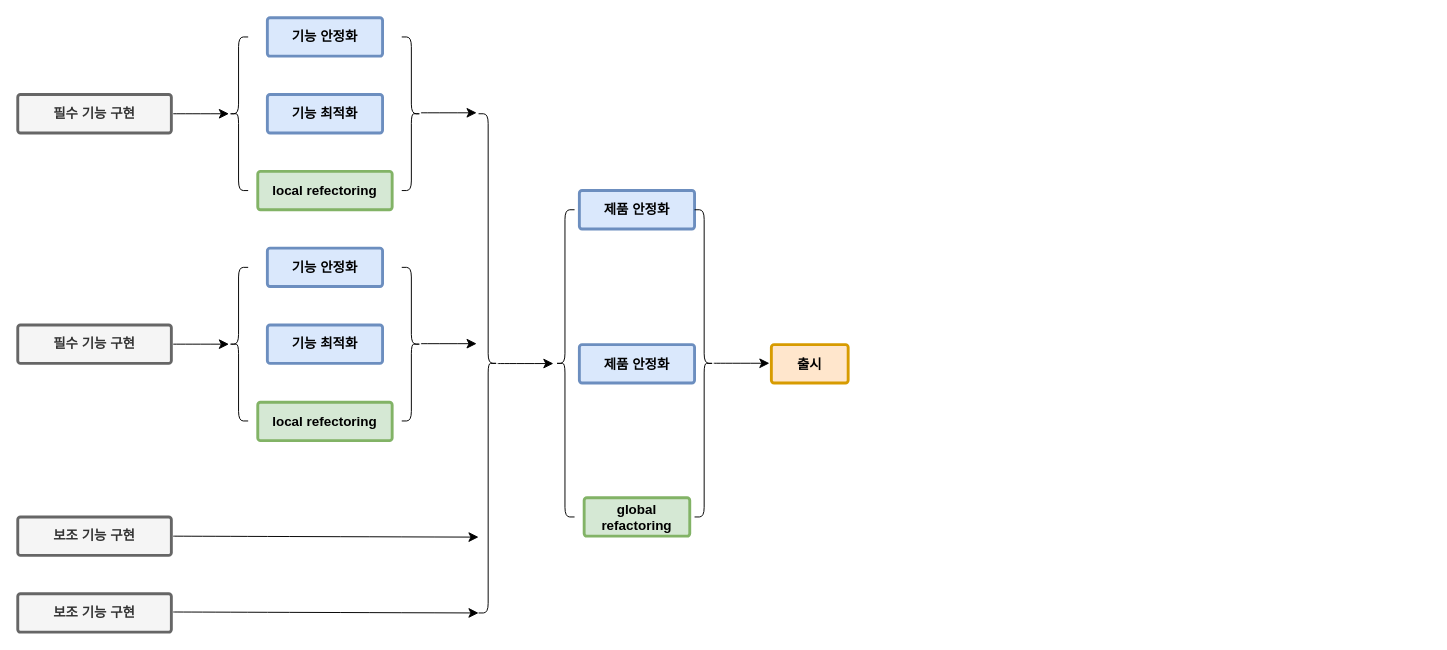
Before: 개발 사이클.drawio in jjunbass89/Paper, a draw.io diagram. Source tidied: cells renumbered, new cells numbered last; positions are measured from the earlier drawing's top-left corner, leaving out a move shared by most shapes. Both pictures are drawn from the tidied source at 96%, with x=0, y=0 at pixel (17, 17).
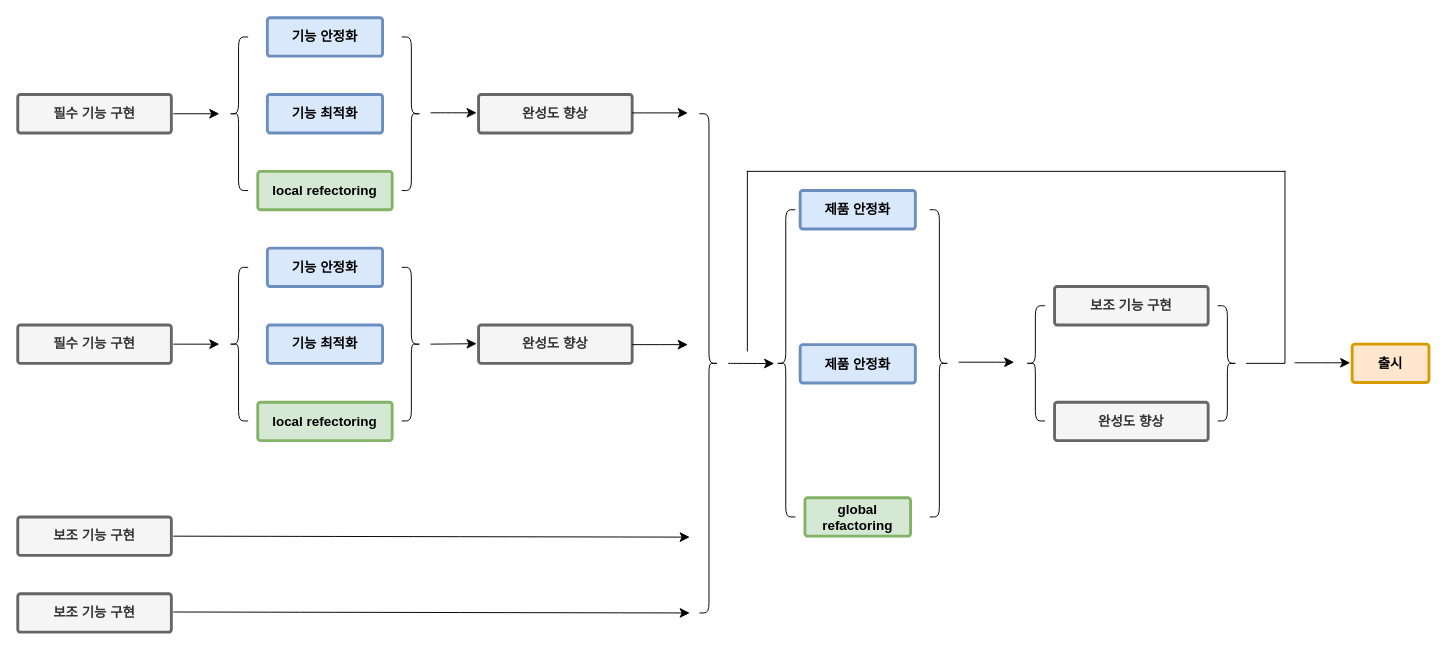
After the change.

Commit message (it also covers changes not shown here):
개발 사이클.drawio 업데이트

The change refers to these unchanged cells:
```xml
<mxCell id="3" value="필수 기능 구현" style="rounded=1;whiteSpace=wrap;html=1;shadow=0;labelBackgroundColor=none;strokeColor=#666666;strokeWidth=3;fillColor=#f5f5f5;fontFamily=Helvetica;fontSize=14;fontColor=#333333;align=center;fontStyle=1;spacing=5;arcSize=7;perimeterSpacing=2;" parent="1" vertex="1">
  <mxGeometry y="80" width="160" height="40" as="geometry" />
</mxCell>
<mxCell id="9" value="필수 기능 구현" style="rounded=1;whiteSpace=wrap;html=1;shadow=0;labelBackgroundColor=none;strokeColor=#666666;strokeWidth=3;fillColor=#f5f5f5;fontFamily=Helvetica;fontSize=14;fontColor=#333333;align=center;fontStyle=1;spacing=5;arcSize=7;perimeterSpacing=2;" parent="1" vertex="1">
  <mxGeometry y="320" width="160" height="40" as="geometry" />
</mxCell>
```

Diff of the diagram source:
```diff
@@
     <mxCell id="2" style="edgeStyle=none;curved=1;rounded=0;jettySize=auto;html=1;fontSize=12;startSize=8;endSize=8;" parent="1" edge="1" source="3">
       <mxGeometry relative="1" as="geometry">
-        <mxPoint x="220" y="100" as="targetPoint" />
+        <mxPoint x="210" y="100" as="targetPoint" />
       </mxGeometry>
     </mxCell>
@@
     <mxCell id="5" value="제품 안정화" style="rounded=1;whiteSpace=wrap;html=1;shadow=0;labelBackgroundColor=none;strokeColor=#6c8ebf;strokeWidth=3;fillColor=#dae8fc;fontFamily=Helvetica;fontSize=14;align=center;spacing=5;fontStyle=1;arcSize=7;perimeterSpacing=2;" parent="1" vertex="1">
-      <mxGeometry x="585" y="180" width="120" height="40" as="geometry" />
+      <mxGeometry x="815" y="180" width="120" height="40" as="geometry" />
     </mxCell>
@@
     <mxCell id="8" style="edgeStyle=none;curved=1;rounded=0;jettySize=auto;html=1;fontSize=12;startSize=8;endSize=8;" parent="1" edge="1" source="9">
       <mxGeometry relative="1" as="geometry">
-        <mxPoint x="220" y="340" as="targetPoint" />
+        <mxPoint x="210" y="340" as="targetPoint" />
       </mxGeometry>
     </mxCell>
@@
     <mxCell id="13" value="제품 안정화" style="rounded=1;whiteSpace=wrap;html=1;shadow=0;labelBackgroundColor=none;strokeColor=#6c8ebf;strokeWidth=3;fillColor=#dae8fc;fontFamily=Helvetica;fontSize=14;align=center;spacing=5;fontStyle=1;arcSize=7;perimeterSpacing=2;" parent="1" vertex="1">
-      <mxGeometry x="585" y="340.5" width="120" height="40" as="geometry" />
+      <mxGeometry x="815" y="340.5" width="120" height="40" as="geometry" />
     </mxCell>
@@
     <mxCell id="19" style="shape=curlyBracket;whiteSpace=wrap;html=1;rounded=1;labelPosition=left;verticalLabelPosition=middle;align=right;verticalAlign=middle;" parent="1" vertex="1">
-      <mxGeometry x="560" y="200" width="20" height="320" as="geometry" />
+      <mxGeometry x="790" y="200" width="20" height="320" as="geometry" />
     </mxCell>
     <mxCell id="20" style="shape=curlyBracket;whiteSpace=wrap;html=1;rounded=1;flipH=1;labelPosition=right;verticalLabelPosition=middle;align=left;verticalAlign=middle;" parent="1" vertex="1">
-      <mxGeometry x="705" y="200" width="20" height="320" as="geometry" />
+      <mxGeometry x="950" y="200" width="20" height="320" as="geometry" />
     </mxCell>
     <mxCell id="21" value="출시" style="rounded=1;whiteSpace=wrap;html=1;shadow=0;labelBackgroundColor=none;strokeColor=#d79b00;strokeWidth=3;fillColor=#ffe6cc;fontFamily=Helvetica;fontSize=14;align=center;spacing=5;fontStyle=1;arcSize=7;perimeterSpacing=2;" parent="1" vertex="1">
-      <mxGeometry x="785" y="340.5" width="80" height="40" as="geometry" />
+      <mxGeometry x="1390" y="340" width="80" height="40" as="geometry" />
     </mxCell>
     <mxCell id="22" style="edgeStyle=none;curved=1;rounded=0;orthogonalLoop=1;jettySize=auto;html=1;fontSize=12;startSize=8;endSize=8;" parent="1" edge="1">
       <mxGeometry relative="1" as="geometry">
-        <mxPoint x="725" y="359.9" as="sourcePoint" />
-        <mxPoint x="783" y="359.9" as="targetPoint" />
+        <mxPoint x="1330" y="359.4" as="sourcePoint" />
+        <mxPoint x="1388" y="359.4" as="targetPoint" />
       </mxGeometry>
     </mxCell>
     <mxCell id="23" style="shape=curlyBracket;whiteSpace=wrap;html=1;rounded=1;flipH=1;labelPosition=right;verticalLabelPosition=middle;align=left;verticalAlign=middle;size=0.5;" parent="1" vertex="1">
-      <mxGeometry x="480" y="100" width="20" height="520" as="geometry" />
+      <mxGeometry x="710" y="100" width="20" height="520" as="geometry" />
     </mxCell>
     <mxCell id="24" style="edgeStyle=none;curved=1;rounded=0;orthogonalLoop=1;jettySize=auto;html=1;fontSize=12;startSize=8;endSize=8;" parent="1" edge="1">
       <mxGeometry relative="1" as="geometry">
-        <mxPoint x="500" y="360.2" as="sourcePoint" />
-        <mxPoint x="558" y="360.2" as="targetPoint" />
+        <mxPoint x="740" y="360" as="sourcePoint" />
+        <mxPoint x="788" y="360.2" as="targetPoint" />
       </mxGeometry>
     </mxCell>
     <mxCell id="25" style="edgeStyle=none;curved=1;rounded=0;orthogonalLoop=1;jettySize=auto;html=1;fontSize=12;startSize=8;endSize=8;" parent="1" edge="1">
       <mxGeometry relative="1" as="geometry">
-        <mxPoint x="420" y="99" as="sourcePoint" />
+        <mxPoint x="430" y="99" as="sourcePoint" />
         <mxPoint x="478" y="99" as="targetPoint" />
       </mxGeometry>
     </mxCell>
     <mxCell id="26" style="edgeStyle=none;curved=1;rounded=0;orthogonalLoop=1;jettySize=auto;html=1;fontSize=12;startSize=8;endSize=8;" parent="1" edge="1">
       <mxGeometry relative="1" as="geometry">
-        <mxPoint x="420" y="339.5" as="sourcePoint" />
+        <mxPoint x="430" y="340" as="sourcePoint" />
         <mxPoint x="478" y="339.5" as="targetPoint" />
       </mxGeometry>
     </mxCell>
     <mxCell id="27" style="edgeStyle=none;curved=1;rounded=0;orthogonalLoop=1;jettySize=auto;html=1;fontSize=12;startSize=8;endSize=8;" parent="1" edge="1">
       <mxGeometry relative="1" as="geometry">
         <mxPoint x="162" y="619" as="sourcePoint" />
-        <mxPoint x="480" y="620" as="targetPoint" />
+        <mxPoint x="700" y="620" as="targetPoint" />
       </mxGeometry>
     </mxCell>
     <mxCell id="28" style="edgeStyle=none;curved=1;rounded=0;orthogonalLoop=1;jettySize=auto;html=1;fontSize=12;startSize=8;endSize=8;" parent="1" edge="1">
       <mxGeometry relative="1" as="geometry">
         <mxPoint x="162" y="540" as="sourcePoint" />
-        <mxPoint x="480" y="541" as="targetPoint" />
+        <mxPoint x="700" y="541" as="targetPoint" />
       </mxGeometry>
     </mxCell>
     <mxCell id="29" value="global refactoring" style="rounded=1;whiteSpace=wrap;html=1;shadow=0;labelBackgroundColor=none;strokeColor=#82b366;strokeWidth=3;fillColor=#d5e8d4;fontFamily=Helvetica;fontSize=14;align=center;spacing=5;fontStyle=1;arcSize=7;perimeterSpacing=2;" parent="1" vertex="1">
-      <mxGeometry x="590" y="500" width="110" height="40" as="geometry" />
+      <mxGeometry x="820" y="500" width="110" height="40" as="geometry" />
     </mxCell>
@@
+    <mxCell id="31" value="완성도 향상" style="rounded=1;whiteSpace=wrap;html=1;shadow=0;labelBackgroundColor=none;strokeColor=#666666;strokeWidth=3;fillColor=#f5f5f5;fontFamily=Helvetica;fontSize=14;fontColor=#333333;align=center;fontStyle=1;spacing=5;arcSize=7;perimeterSpacing=2;" parent="1" vertex="1">
+      <mxGeometry x="480" y="320" width="160" height="40" as="geometry" />
+    </mxCell>
+    <mxCell id="32" value="완성도 향상" style="rounded=1;whiteSpace=wrap;html=1;shadow=0;labelBackgroundColor=none;strokeColor=#666666;strokeWidth=3;fillColor=#f5f5f5;fontFamily=Helvetica;fontSize=14;fontColor=#333333;align=center;fontStyle=1;spacing=5;arcSize=7;perimeterSpacing=2;" parent="1" vertex="1">
+      <mxGeometry x="480" y="80" width="160" height="40" as="geometry" />
+    </mxCell>
+    <mxCell id="33" style="edgeStyle=none;curved=1;rounded=0;orthogonalLoop=1;jettySize=auto;html=1;fontSize=12;startSize=8;endSize=8;" parent="1" edge="1">
+      <mxGeometry relative="1" as="geometry">
+        <mxPoint x="640" y="99.1" as="sourcePoint" />
+        <mxPoint x="698" y="99.1" as="targetPoint" />
+      </mxGeometry>
+    </mxCell>
+    <mxCell id="34" style="edgeStyle=none;curved=1;rounded=0;orthogonalLoop=1;jettySize=auto;html=1;fontSize=12;startSize=8;endSize=8;" parent="1" edge="1">
+      <mxGeometry relative="1" as="geometry">
+        <mxPoint x="640" y="340.5" as="sourcePoint" />
+        <mxPoint x="698" y="340.5" as="targetPoint" />
+      </mxGeometry>
+    </mxCell>
+    <mxCell id="35" value="보조 기능 구현" style="rounded=1;whiteSpace=wrap;html=1;shadow=0;labelBackgroundColor=none;strokeColor=#666666;strokeWidth=3;fillColor=#f5f5f5;fontFamily=Helvetica;fontSize=14;fontColor=#333333;align=center;fontStyle=1;spacing=5;arcSize=7;perimeterSpacing=2;" parent="1" vertex="1">
+      <mxGeometry x="1080" y="280" width="160" height="40" as="geometry" />
+    </mxCell>
+    <mxCell id="36" style="edgeStyle=none;curved=1;rounded=0;orthogonalLoop=1;jettySize=auto;html=1;fontSize=12;startSize=8;endSize=8;" parent="1" edge="1">
+      <mxGeometry relative="1" as="geometry">
+        <mxPoint x="980" y="358.8" as="sourcePoint" />
+        <mxPoint x="1038" y="358.8" as="targetPoint" />
+      </mxGeometry>
+    </mxCell>
+    <mxCell id="37" style="shape=partialRectangle;whiteSpace=wrap;html=1;top=0;left=0;fillColor=none;" parent="1" vertex="1">
+      <mxGeometry x="1280" y="160" width="40" height="200" as="geometry" />
+    </mxCell>
+    <mxCell id="38" style="shape=partialRectangle;whiteSpace=wrap;html=1;bottom=0;right=0;fillColor=none;" parent="1" vertex="1">
+      <mxGeometry x="760" y="160" width="560" height="187" as="geometry" />
+    </mxCell>
+    <mxCell id="39" value="완성도 향상" style="rounded=1;whiteSpace=wrap;html=1;shadow=0;labelBackgroundColor=none;strokeColor=#666666;strokeWidth=3;fillColor=#f5f5f5;fontFamily=Helvetica;fontSize=14;fontColor=#333333;align=center;fontStyle=1;spacing=5;arcSize=7;perimeterSpacing=2;" parent="1" vertex="1">
+      <mxGeometry x="1080" y="400.5" width="160" height="40" as="geometry" />
+    </mxCell>
+    <mxCell id="40" style="shape=curlyBracket;whiteSpace=wrap;html=1;rounded=1;labelPosition=left;verticalLabelPosition=middle;align=right;verticalAlign=middle;" parent="1" vertex="1">
+      <mxGeometry x="1050" y="300" width="20" height="120" as="geometry" />
+    </mxCell>
+    <mxCell id="41" style="shape=curlyBracket;whiteSpace=wrap;html=1;rounded=1;flipH=1;labelPosition=right;verticalLabelPosition=middle;align=left;verticalAlign=middle;size=0.5;" parent="1" vertex="1">
+      <mxGeometry x="1250" y="300" width="20" height="120" as="geometry" />
+    </mxCell>
```
